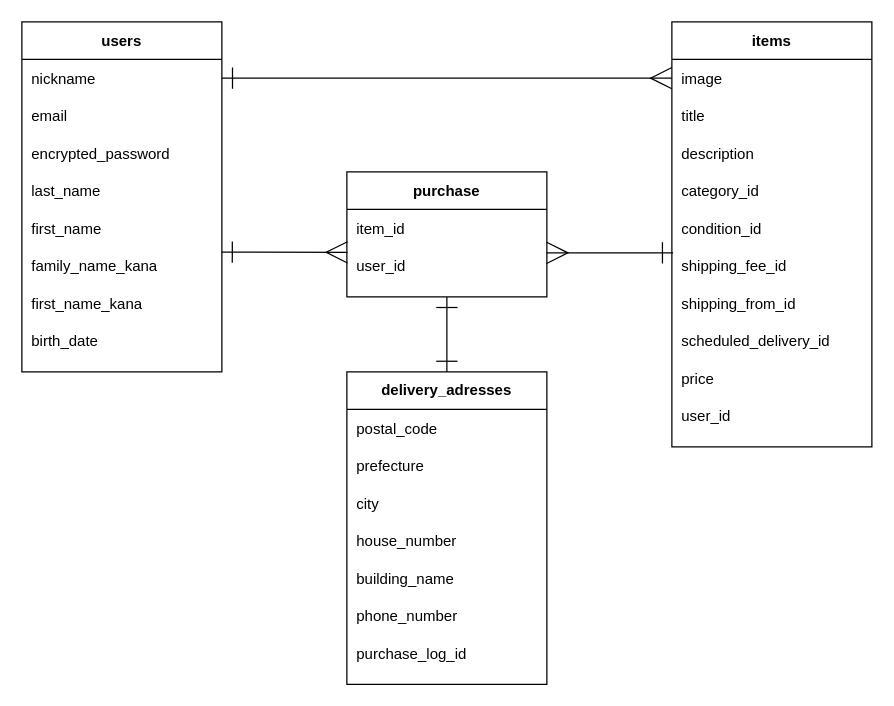
Earlier version of the draw.io diagram er.dio (Maikowazowski/furima-35921). Source tidied: cells renumbered, new cells numbered last; positions are measured from the earlier drawing's top-left corner, leaving out a move shared by most shapes. Both pictures are drawn from the tidied source at 125%, with x=0, y=0 at pixel (21, 21).
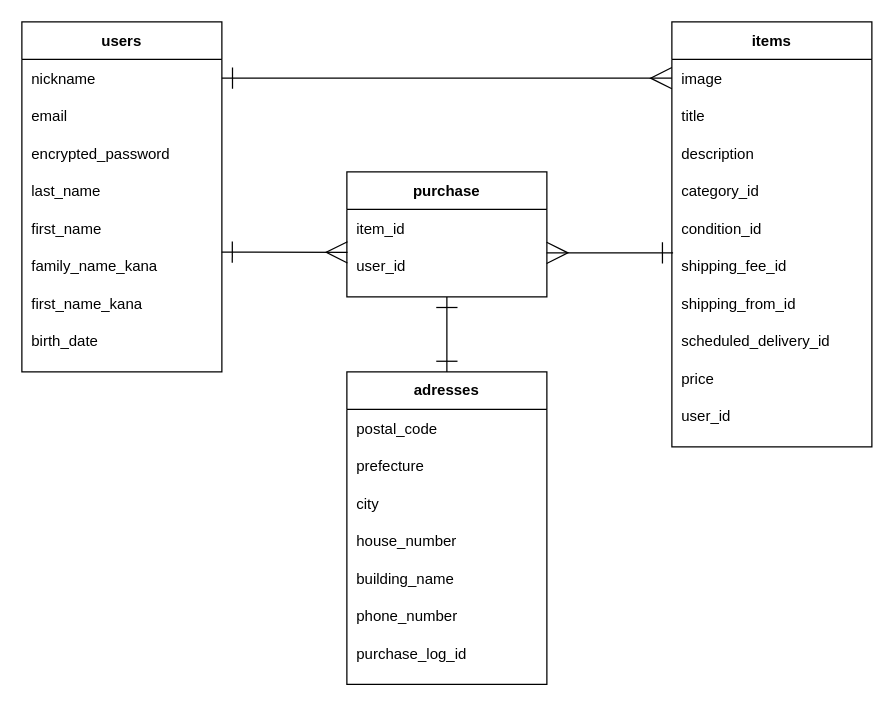
After the change.

Diff of the diagram source:
```diff
@@
-    <mxCell id="20" value="delivery_adresses" style="shape=table;startSize=30;childLayout=tableLayout;rowLines=0;fontStyle=1;align=center;labelBorderColor=none;whiteSpace=wrap;gradientColor=#ffffff;" parent="1" vertex="1">
+    <mxCell id="20" value="adresses" style="shape=table;startSize=30;childLayout=tableLayout;rowLines=0;fontStyle=1;align=center;labelBorderColor=none;whiteSpace=wrap;gradientColor=#ffffff;" parent="1" vertex="1">
       <mxGeometry x="260" y="280" width="160" height="250" as="geometry" />
     </mxCell>
```
